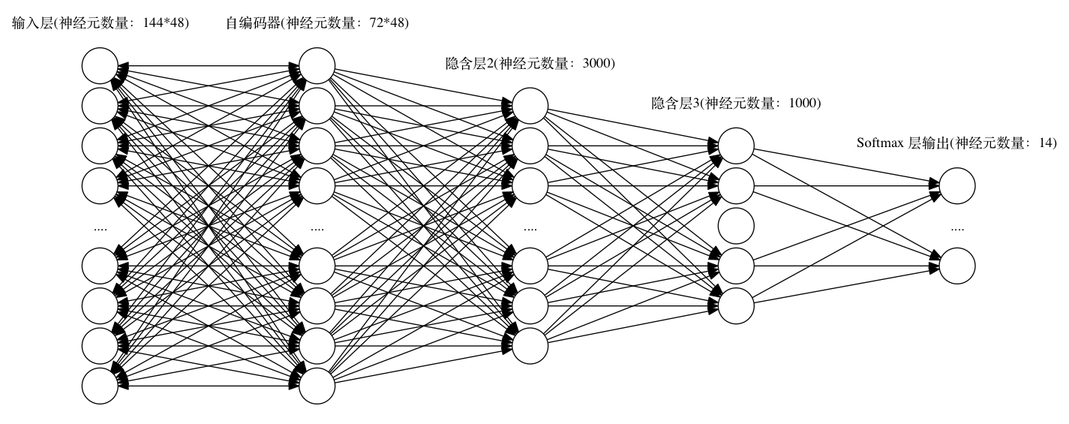
Earlier version of the Graphviz export document/paper/picture/dac-mlp.png (boddmg/Graduation-Project). Its source is kept beside it as document/paper/picture/dac-mlp.dot.
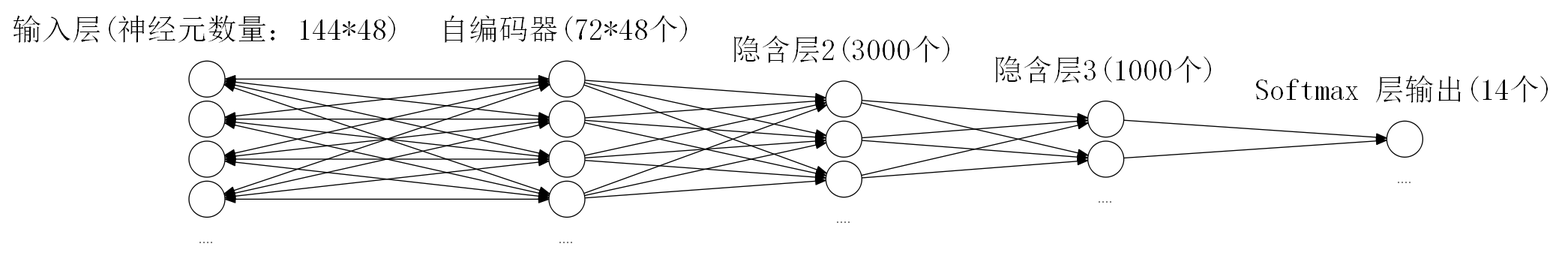
The same diagram one commit later.

Diff of the diagram source:
```diff
@@ -11,49 +11,65 @@
 		rank=same;
 		color=white;
                 node [style=solid, shape=circle];
-		x1 x2 x3 x4 x_ x5 x6 x7 x8;
+		x1 x2 x3 x4 x_;
 		label = "输入层(神经元数量：144*48)";
+		fontsize=30.0;
+		fontname="SimSun";
+
 	}
 
 	subgraph cluster_1 {
 		rank=same;
 		color=white;
                 node [style=solid, shape=circle];
-		h11 h12 h13 h14 h1_ h15 h16 h17 h18;
-		label = "自编码器(神经元数量：72*48)";
+		h11 h12 h13 h14 h1_;
+		label = "自编码器(72*48个)";
+		fontsize=30.0;
+		fontname="SimSun";
+
 	}
 
 	subgraph cluster_2 {
 		rank=same;
 		color=white;
                 node [style=solid, shape=circle];
-		h21 h22 h23 h2_ h24 h25 h26;
-		label = "隐含层2(神经元数量：3000)";
+		h21 h22 h23 h2_;
+		label = "隐含层2(3000个)";
+		fontsize=30.0;
+		fontname="SimSun";
+
 	}
 
 	subgraph cluster_3 {
 		rank=same;
 		color=white;
                 node [style=solid, shape=circle];
-		h31 h32 h3_ h33 h34;
-		label = "隐含层3(神经元数量：1000)";
+		h31 h32 h3_;
+		label = "隐含层3(1000个)";
+		fontsize=30.0;
+		fontname="SimSun";
+
 	}
 
 	subgraph cluster_4 {
 		rank=same;
 		color=white;
                 node [style=solid, shape=circle];
-		s1 s_ s2;
-		label = "Softmax 层输出(神经元数量：14)";
+		s1 s_;
+		label = "Softmax 层输出(14个)";
+		fontsize=30.0;
+		fontname="SimSun";
+
 	}
 
 	x_[label="....", style="", shape="none"];
 	h1_[label="....", style="", shape="none"];
 	h2_[label="....", style="", shape="none"];
+	h3_[label="....", style="", shape="none"];
 	s_[label="....", style="", shape="none"];
-	{x1 x2 x3 x4 x5 x6 x7 x8} -> {h11 h12 h13 h14 h15 h16 h17 h18} [dir=both];
-	{h11 h12 h13 h14 h15 h16 h17 h18} -> {h21 h22 h23 h24 h25 h26};
-	{h21 h22 h23 h24 h25 h26} -> {h31 h32 h33 h34};
-	{h31 h32 h33 h34} -> {s1 s2};
+	{x1 x2 x3 x4} -> {h11 h12 h13 h14} [dir=both];
+	{h11 h12 h13 h14} -> {h21 h22 h23};
+	{h21 h22 h23} -> {h31 h32};
+	{h31 h32} -> {s1};
 
 }
```
